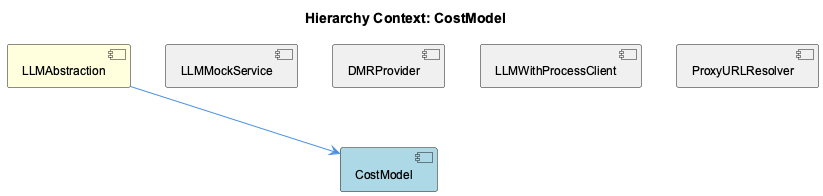
Earlier version of the PlantUML export knowledge-management/insights/images/cost-model-relationship.png (fwornle/coding).
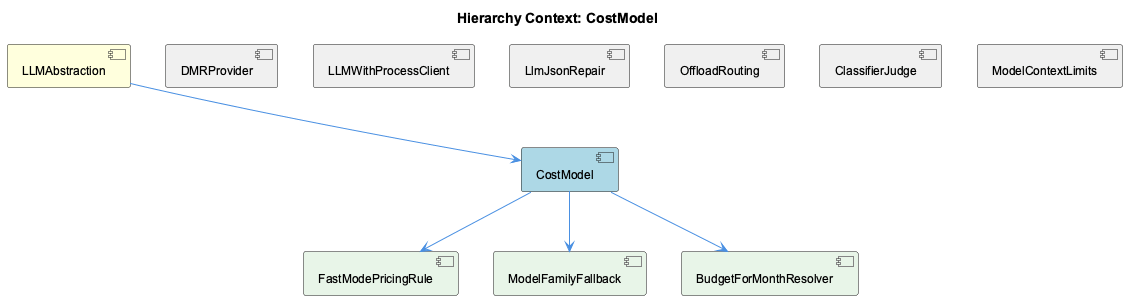
Later version of the same file.

Change to the diagram source:
```diff
@@ -5,15 +5,25 @@
 
 [LLMAbstraction] as llmabstraction #FFFFDD
 [CostModel] as cost_model #LightBlue
-[LLMMockService] as llmmock_service #F0F0F0
 [DMRProvider] as dmrprovider #F0F0F0
 [LLMWithProcessClient] as llmwith_process_client #F0F0F0
-[ProxyURLResolver] as proxy_urlresolver #F0F0F0
+[LlmJsonRepair] as llm_json_repair #F0F0F0
+[OffloadRouting] as offload_routing #F0F0F0
+[ClassifierJudge] as classifier_judge #F0F0F0
+[ModelContextLimits] as model_context_limits #F0F0F0
+[FastModePricingRule] as fast_mode_pricing_rule #E8F5E8
+[ModelFamilyFallback] as model_family_fallback #E8F5E8
+[BudgetForMonthResolver] as budget_for_month_resolver #E8F5E8
 
 llmabstraction --> cost_model
-llmmock_service -[hidden]- cost_model
 dmrprovider -[hidden]- cost_model
 llmwith_process_client -[hidden]- cost_model
-proxy_urlresolver -[hidden]- cost_model
+llm_json_repair -[hidden]- cost_model
+offload_routing -[hidden]- cost_model
+classifier_judge -[hidden]- cost_model
+model_context_limits -[hidden]- cost_model
+cost_model --> fast_mode_pricing_rule
+cost_model --> model_family_fallback
+cost_model --> budget_for_month_resolver
 
 @enduml
```
